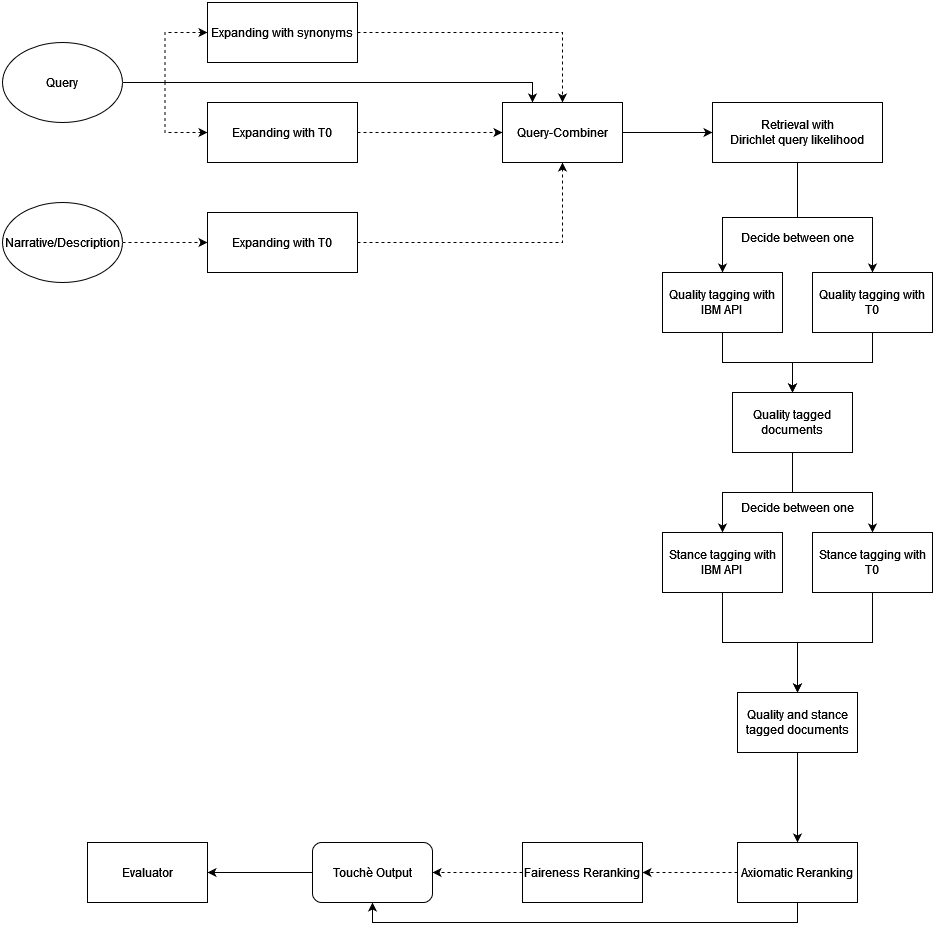
This is talk/figures/pipeline.png from janheinrichmerker/grimjack, a draw.io export, as it was before one commit. Source tidied: cells renumbered, new cells last; positions are measured from the earlier drawing's top-left corner, leaving out a move shared by most shapes.
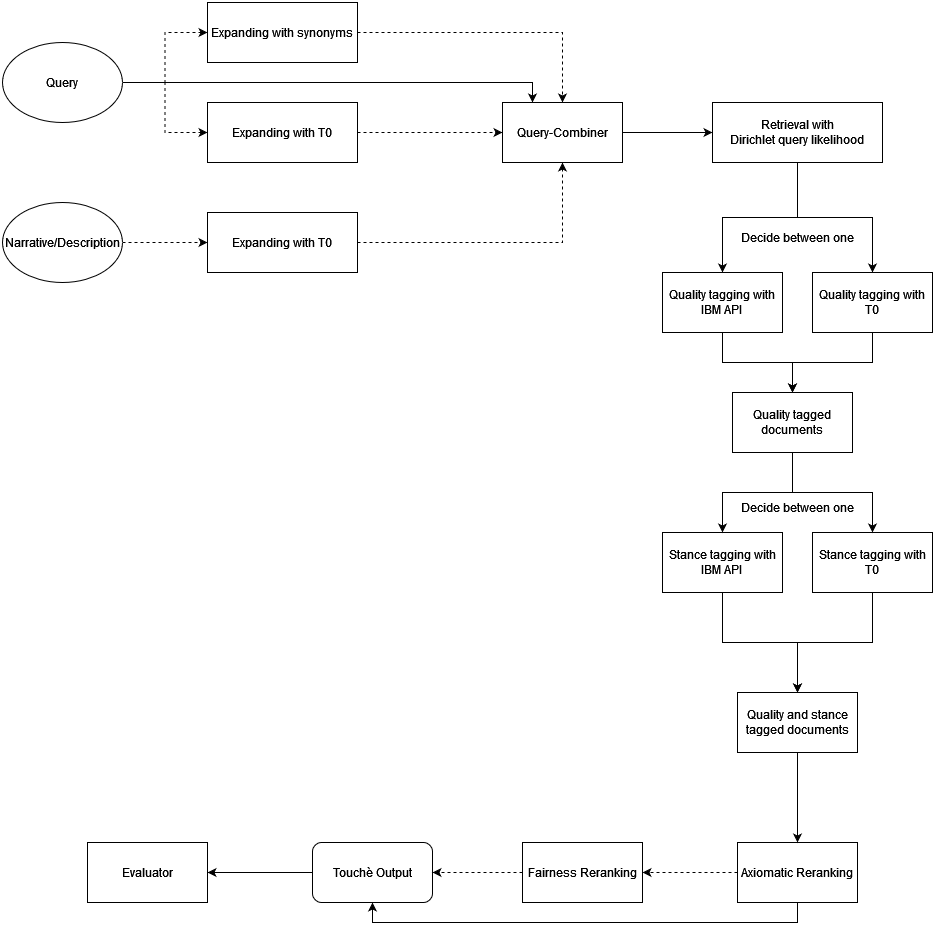
The same file after the commit.

Diff of the diagram source:
```diff
@@ -121,7 +121,7 @@
     <mxCell id="40" style="edgeStyle=orthogonalEdgeStyle;rounded=0;jettySize=auto;html=1;exitX=0;exitY=0.5;exitDx=0;exitDy=0;entryX=1;entryY=0.5;entryDx=0;entryDy=0;dashed=1;" parent="1" edge="1" source="41" target="32">
       <mxGeometry relative="1" as="geometry" />
     </mxCell>
-    <mxCell id="41" value="Faireness Reranking" style="rounded=0;whiteSpace=wrap;html=1;" parent="1" vertex="1">
+    <mxCell id="41" value="Fairness Reranking" style="rounded=0;whiteSpace=wrap;html=1;" parent="1" vertex="1">
       <mxGeometry x="520" y="840" width="120" height="60" as="geometry" />
     </mxCell>
   </root>
```
